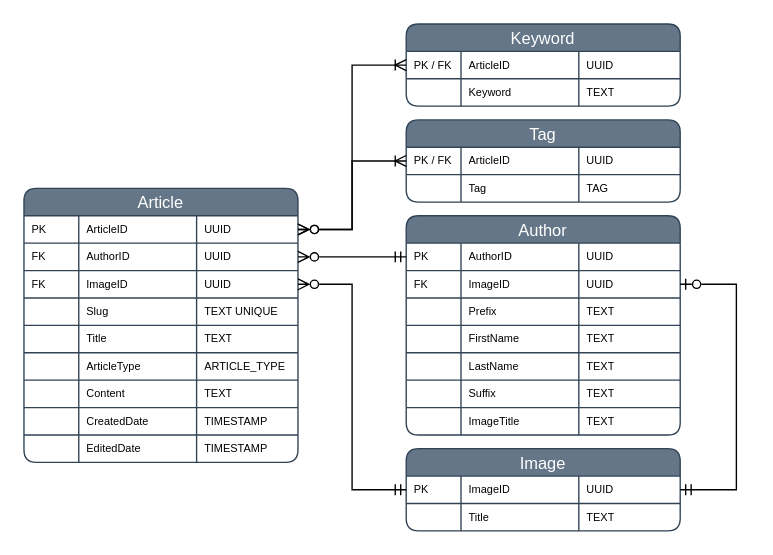
This is database/erd.drawio from MatthewLeigh/whitehorse-city-council, a draw.io file, before an edit. Source tidied: cells renumbered, new cells numbered last; positions are measured from the earlier drawing's top-left corner, leaving out a move shared by most shapes. Both pictures are drawn from the tidied source at 137%, with x=0, y=0 at pixel (23, 23).
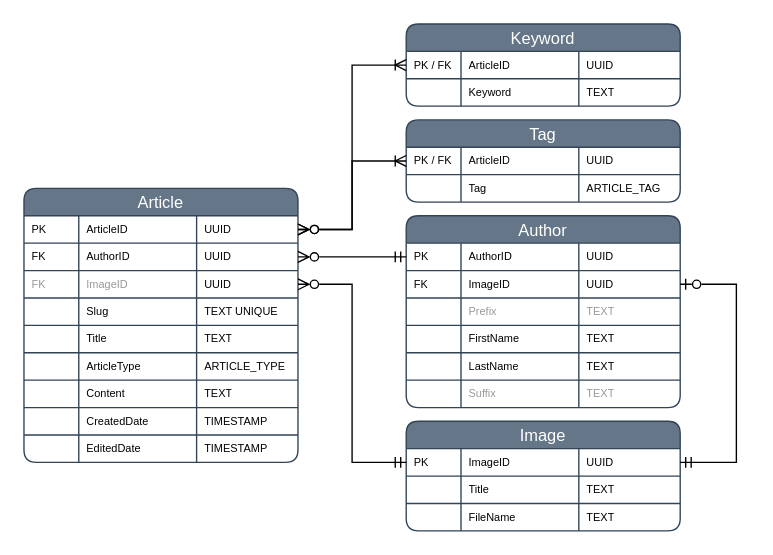
After the change.

The change refers to these unchanged cells:
```xml
<mxCell id="11" style="shape=tableRow;horizontal=0;startSize=0;swimlaneHead=0;swimlaneBody=0;strokeColor=light-dark(#000000, #ffc5c5);top=0;left=0;bottom=0;right=0;fillColor=none;points=[[0,0.5],[1,0.5]];portConstraint=eastwest;fontSize=16;swimlaneFillColor=none;labelBackgroundColor=none;" parent="2" vertex="1">
  <mxGeometry y="60" width="200" height="20" as="geometry" />
</mxCell>
<mxCell id="44" style="shape=tableRow;horizontal=0;startSize=0;swimlaneHead=0;swimlaneBody=0;strokeColor=light-dark(#000000, #ffc5c5);top=0;left=0;bottom=0;right=0;fillColor=none;points=[[0,0.5],[1,0.5]];portConstraint=eastwest;fontSize=16;swimlaneFillColor=none;labelBackgroundColor=none;" parent="39" vertex="1">
  <mxGeometry y="40" width="200" height="20" as="geometry" />
</mxCell>
<mxCell id="48" style="shape=tableRow;horizontal=0;startSize=0;swimlaneHead=0;swimlaneBody=0;strokeColor=light-dark(#000000, #ffc5c5);top=0;left=0;bottom=0;right=0;fillColor=none;fontSize=16;swimlaneFillColor=none;labelBackgroundColor=none;" parent="39" vertex="1">
  <mxGeometry y="60" width="200" height="20" as="geometry" />
</mxCell>
<mxCell id="60" style="shape=tableRow;horizontal=0;startSize=0;swimlaneHead=0;swimlaneBody=0;strokeColor=light-dark(#000000, #ffc5c5);top=0;left=0;bottom=0;right=0;fillColor=none;fontSize=16;swimlaneFillColor=none;labelBackgroundColor=none;" parent="39" vertex="1">
  <mxGeometry y="120" width="200" height="20" as="geometry" />
</mxCell>
<mxCell id="73" style="shape=tableRow;horizontal=0;startSize=0;swimlaneHead=0;swimlaneBody=0;strokeColor=light-dark(#000000, #ffc5c5);top=0;left=0;bottom=0;right=0;fillColor=none;fontSize=16;swimlaneFillColor=none;labelBackgroundColor=none;" parent="68" vertex="1">
  <mxGeometry y="40" width="200" height="20" as="geometry" />
</mxCell>
<mxCell id="78" style="shape=tableRow;horizontal=0;startSize=0;swimlaneHead=0;swimlaneBody=0;strokeColor=light-dark(#000000, #ffc5c5);top=0;left=0;bottom=0;right=0;fillColor=none;points=[[0,0.5],[1,0.5]];portConstraint=eastwest;fontSize=16;swimlaneFillColor=none;labelBackgroundColor=none;" parent="77" vertex="1">
  <mxGeometry y="20" width="200" height="20" as="geometry" />
</mxCell>
```

What changed in the source:
```diff
@@
-    <mxCell id="12" value="FK" style="shape=partialRectangle;html=1;whiteSpace=wrap;strokeColor=light-dark(#000000, #ffc5c5);overflow=hidden;fillColor=none;top=0;left=0;bottom=0;right=0;fontSize=8;align=left;spacingLeft=4;spacingRight=4;swimlaneFillColor=none;labelBackgroundColor=none;" parent="11" vertex="1">
+    <mxCell id="12" value="FK" style="shape=partialRectangle;html=1;whiteSpace=wrap;strokeColor=light-dark(#000000, #ffc5c5);overflow=hidden;fillColor=none;top=0;left=0;bottom=0;right=0;fontSize=8;align=left;spacingLeft=4;spacingRight=4;swimlaneFillColor=none;labelBackgroundColor=none;fontColor=#999999;" parent="11" vertex="1">
       <mxGeometry width="40" height="20" as="geometry" />
     </mxCell>
-    <mxCell id="13" value="ImageID" style="shape=partialRectangle;html=1;whiteSpace=wrap;strokeColor=light-dark(#000000, #ffc5c5);overflow=hidden;fillColor=none;top=0;left=0;bottom=0;right=0;fontSize=8;align=left;spacingLeft=4;spacingRight=4;swimlaneFillColor=none;labelBackgroundColor=none;" parent="11" vertex="1">
+    <mxCell id="13" value="ImageID" style="shape=partialRectangle;html=1;whiteSpace=wrap;strokeColor=light-dark(#000000, #ffc5c5);overflow=hidden;fillColor=none;top=0;left=0;bottom=0;right=0;fontSize=8;align=left;spacingLeft=4;spacingRight=4;swimlaneFillColor=none;labelBackgroundColor=none;fontColor=#999999;" parent="11" vertex="1">
       <mxGeometry x="40" width="86" height="20" as="geometry" />
     </mxCell>
@@
     <mxCell id="39" value="Author" style="shape=table;startSize=20;childLayout=tableLayout;fontSize=12;rounded=1;shadow=0;swimlaneLine=1;perimeterSpacing=0;strokeWidth=1;swimlaneFillColor=#FFFFFF;labelBackgroundColor=none;fillStyle=solid;fillColor=#647687;strokeColor=#314354;fontColor=#ffffff;" parent="1" vertex="1">
-      <mxGeometry x="279" y="140" width="200" height="160" as="geometry" />
+      <mxGeometry x="279" y="140" width="200" height="140" as="geometry" />
     </mxCell>
@@
-    <mxCell id="50" value="Prefix" style="shape=partialRectangle;html=1;whiteSpace=wrap;strokeColor=light-dark(#000000, #ffc5c5);overflow=hidden;fillColor=none;top=0;left=0;bottom=0;right=0;fontSize=8;align=left;spacingLeft=4;spacingRight=4;swimlaneFillColor=none;labelBackgroundColor=none;" parent="48" vertex="1">
+    <mxCell id="50" value="Prefix" style="shape=partialRectangle;html=1;whiteSpace=wrap;strokeColor=light-dark(#000000, #ffc5c5);overflow=hidden;fillColor=none;top=0;left=0;bottom=0;right=0;fontSize=8;align=left;spacingLeft=4;spacingRight=4;swimlaneFillColor=none;labelBackgroundColor=none;fontColor=#999999;" parent="48" vertex="1">
       <mxGeometry x="40" width="86" height="20" as="geometry" />
     </mxCell>
-    <mxCell id="51" value="TEXT" style="shape=partialRectangle;html=1;whiteSpace=wrap;strokeColor=light-dark(#000000, #ffc5c5);overflow=hidden;fillColor=none;top=0;left=0;bottom=0;right=0;fontSize=8;align=left;spacingLeft=4;spacingRight=4;swimlaneFillColor=none;labelBackgroundColor=none;" parent="48" vertex="1">
+    <mxCell id="51" value="TEXT" style="shape=partialRectangle;html=1;whiteSpace=wrap;strokeColor=light-dark(#000000, #ffc5c5);overflow=hidden;fillColor=none;top=0;left=0;bottom=0;right=0;fontSize=8;align=left;spacingLeft=4;spacingRight=4;swimlaneFillColor=none;labelBackgroundColor=none;fontColor=#999999;" parent="48" vertex="1">
       <mxGeometry x="126" width="74" height="20" as="geometry" />
     </mxCell>
@@
-    <mxCell id="62" value="Suffix" style="shape=partialRectangle;html=1;whiteSpace=wrap;strokeColor=light-dark(#000000, #ffc5c5);overflow=hidden;fillColor=none;top=0;left=0;bottom=0;right=0;fontSize=8;align=left;spacingLeft=4;spacingRight=4;swimlaneFillColor=none;labelBackgroundColor=none;" parent="60" vertex="1">
+    <mxCell id="62" value="Suffix" style="shape=partialRectangle;html=1;whiteSpace=wrap;strokeColor=light-dark(#000000, #ffc5c5);overflow=hidden;fillColor=none;top=0;left=0;bottom=0;right=0;fontSize=8;align=left;spacingLeft=4;spacingRight=4;swimlaneFillColor=none;labelBackgroundColor=none;fontColor=#999999;" parent="60" vertex="1">
       <mxGeometry x="40" width="86" height="20" as="geometry" />
     </mxCell>
-    <mxCell id="63" value="TEXT" style="shape=partialRectangle;html=1;whiteSpace=wrap;strokeColor=light-dark(#000000, #ffc5c5);overflow=hidden;fillColor=none;top=0;left=0;bottom=0;right=0;fontSize=8;align=left;spacingLeft=4;spacingRight=4;swimlaneFillColor=none;labelBackgroundColor=none;" parent="60" vertex="1">
+    <mxCell id="63" value="TEXT" style="shape=partialRectangle;html=1;whiteSpace=wrap;strokeColor=light-dark(#000000, #ffc5c5);overflow=hidden;fillColor=none;top=0;left=0;bottom=0;right=0;fontSize=8;align=left;spacingLeft=4;spacingRight=4;swimlaneFillColor=none;labelBackgroundColor=none;fontColor=#999999;" parent="60" vertex="1">
       <mxGeometry x="126" width="74" height="20" as="geometry" />
     </mxCell>
-    <mxCell id="64" style="shape=tableRow;horizontal=0;startSize=0;swimlaneHead=0;swimlaneBody=0;strokeColor=light-dark(#000000, #ffc5c5);top=0;left=0;bottom=0;right=0;fillColor=none;fontSize=16;swimlaneFillColor=none;labelBackgroundColor=none;" parent="39" vertex="1">
-      <mxGeometry y="140" width="200" height="20" as="geometry" />
-    </mxCell>
-    <mxCell id="65" style="shape=partialRectangle;html=1;whiteSpace=wrap;strokeColor=light-dark(#000000, #ffc5c5);overflow=hidden;fillColor=none;top=0;left=0;bottom=0;right=0;fontSize=8;align=left;spacingLeft=4;spacingRight=4;swimlaneFillColor=none;labelBackgroundColor=none;" parent="64" vertex="1">
-      <mxGeometry width="40" height="20" as="geometry" />
-    </mxCell>
-    <mxCell id="66" value="ImageTitle" style="shape=partialRectangle;html=1;whiteSpace=wrap;strokeColor=light-dark(#000000, #ffc5c5);overflow=hidden;fillColor=none;top=0;left=0;bottom=0;right=0;fontSize=8;align=left;spacingLeft=4;spacingRight=4;swimlaneFillColor=none;labelBackgroundColor=none;" parent="64" vertex="1">
-      <mxGeometry x="40" width="86" height="20" as="geometry" />
-    </mxCell>
-    <mxCell id="67" value="TEXT" style="shape=partialRectangle;html=1;whiteSpace=wrap;strokeColor=light-dark(#000000, #ffc5c5);overflow=hidden;fillColor=none;top=0;left=0;bottom=0;right=0;fontSize=8;align=left;spacingLeft=4;spacingRight=4;swimlaneFillColor=none;labelBackgroundColor=none;" parent="64" vertex="1">
-      <mxGeometry x="126" width="74" height="20" as="geometry" />
-    </mxCell>
@@
-    <mxCell id="76" value="TAG" style="shape=partialRectangle;html=1;whiteSpace=wrap;strokeColor=light-dark(#000000, #ffc5c5);overflow=hidden;fillColor=none;top=0;left=0;bottom=0;right=0;fontSize=8;align=left;spacingLeft=4;spacingRight=4;swimlaneFillColor=none;labelBackgroundColor=none;" parent="73" vertex="1">
+    <mxCell id="76" value="ARTICLE_TAG" style="shape=partialRectangle;html=1;whiteSpace=wrap;strokeColor=light-dark(#000000, #ffc5c5);overflow=hidden;fillColor=none;top=0;left=0;bottom=0;right=0;fontSize=8;align=left;spacingLeft=4;spacingRight=4;swimlaneFillColor=none;labelBackgroundColor=none;" parent="73" vertex="1">
       <mxGeometry x="126" width="74" height="20" as="geometry" />
     </mxCell>
     <mxCell id="77" value="Image" style="shape=table;startSize=20;childLayout=tableLayout;fontSize=12;rounded=1;shadow=0;swimlaneLine=1;perimeterSpacing=0;strokeWidth=1;swimlaneFillColor=#FFFFFF;labelBackgroundColor=none;fillStyle=solid;fillColor=#647687;strokeColor=#314354;fontColor=#ffffff;" parent="1" vertex="1">
-      <mxGeometry x="279" y="310" width="200" height="60" as="geometry" />
+      <mxGeometry x="279" y="290" width="200" height="80" as="geometry" />
     </mxCell>
@@
+    <mxCell id="100" style="shape=tableRow;horizontal=0;startSize=0;swimlaneHead=0;swimlaneBody=0;strokeColor=light-dark(#000000, #ffc5c5);top=0;left=0;bottom=0;right=0;fillColor=none;fontSize=16;swimlaneFillColor=none;labelBackgroundColor=none;" parent="77" vertex="1">
+      <mxGeometry y="60" width="200" height="20" as="geometry" />
+    </mxCell>
+    <mxCell id="65" style="shape=partialRectangle;html=1;whiteSpace=wrap;strokeColor=light-dark(#000000, #ffc5c5);overflow=hidden;fillColor=none;top=0;left=0;bottom=0;right=0;fontSize=8;align=left;spacingLeft=4;spacingRight=4;swimlaneFillColor=none;labelBackgroundColor=none;" parent="100" vertex="1">
+      <mxGeometry width="40" height="20" as="geometry" />
+    </mxCell>
+    <mxCell id="101" value="FileName" style="shape=partialRectangle;html=1;whiteSpace=wrap;strokeColor=light-dark(#000000, #ffc5c5);overflow=hidden;fillColor=none;top=0;left=0;bottom=0;right=0;fontSize=8;align=left;spacingLeft=4;spacingRight=4;swimlaneFillColor=none;labelBackgroundColor=none;" parent="100" vertex="1">
+      <mxGeometry x="40" width="86" height="20" as="geometry" />
+    </mxCell>
+    <mxCell id="67" value="TEXT" style="shape=partialRectangle;html=1;whiteSpace=wrap;strokeColor=light-dark(#000000, #ffc5c5);overflow=hidden;fillColor=none;top=0;left=0;bottom=0;right=0;fontSize=8;align=left;spacingLeft=4;spacingRight=4;swimlaneFillColor=none;labelBackgroundColor=none;" parent="100" vertex="1">
+      <mxGeometry x="126" width="74" height="20" as="geometry" />
+    </mxCell>
@@
     <mxCell id="89" style="edgeStyle=orthogonalEdgeStyle;rounded=0;jettySize=auto;html=1;exitX=1;exitY=0.5;exitDx=0;exitDy=0;entryX=1;entryY=0.5;entryDx=0;entryDy=0;endArrow=ERzeroToOne;endFill=0;startArrow=ERmandOne;startFill=0;" parent="1" edge="1" source="78" target="44">
       <mxGeometry relative="1" as="geometry">
         <Array as="points">
-          <mxPoint x="520" y="340" />
+          <mxPoint x="520" y="320" />
           <mxPoint x="520" y="190" />
         </Array>
       </mxGeometry>
     </mxCell>
```
